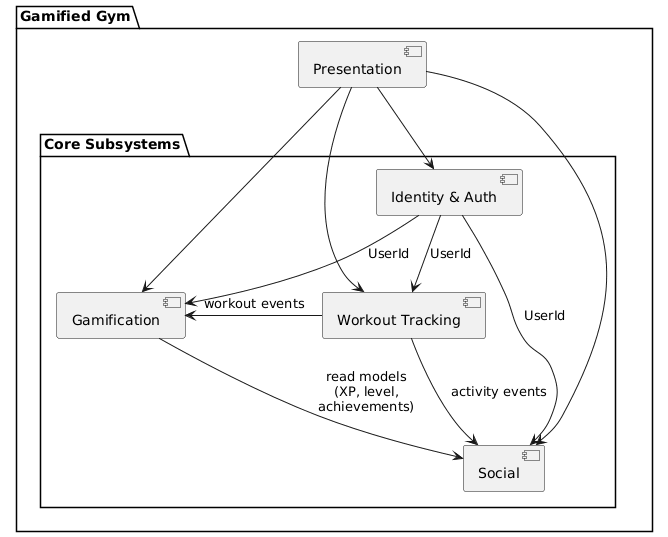
Above: docs/img/Software_Architecture.png in uprm-inso4116-2025-2026-s1/semester-project-uprm-gamified_gym (PlantUML), before the change. The source it was exported from:
```plantuml
@startuml
skinparam style strictuml

package "Gamified Gym" {

  component "Presentation" as UI

  package "Core Subsystems" {
    component "Workout Tracking" as Workout
    component "Gamification" as Game
    component "Social" as Social
    component "Identity & Auth" as Auth
  }
}

UI --> Workout
UI --> Game
UI --> Social
UI --> Auth

Workout -right-> Game : workout events
Workout -down-> Social : activity events

Game -down-> Social : read models\n(XP, level,\nachievements)

Auth -down-> Workout : UserId
Auth -down-> Game : UserId
Auth -down-> Social : UserId
@enduml
```
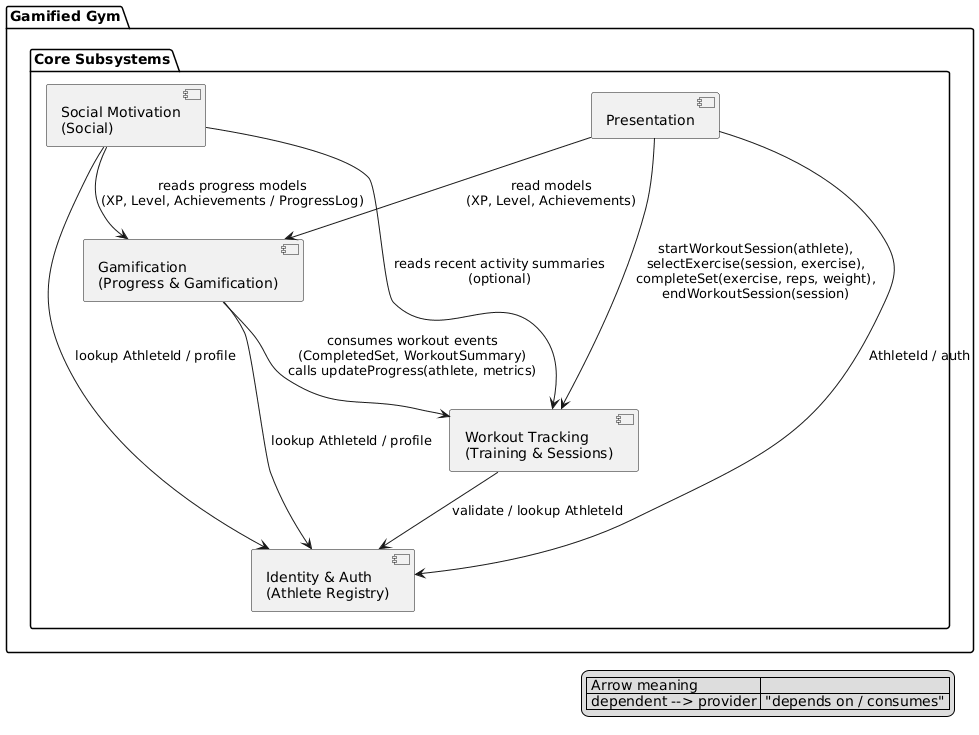
After the commit.

Commit message:
Finished Software Architecture section

The edit, as a diff of the source:
```diff
@@ -1,29 +1,27 @@
 @startuml
-skinparam style strictuml
 
 package "Gamified Gym" {
-
-  component "Presentation" as UI
-
   package "Core Subsystems" {
-    component "Workout Tracking" as Workout
-    component "Gamification" as Game
-    component "Social" as Social
-    component "Identity & Auth" as Auth
+    [Presentation] as Presentation
+    [Identity & Auth\n(Athlete Registry)] as Identity
+    [Workout Tracking\n(Training & Sessions)] as Workout
+    [Gamification\n(Progress & Gamification)] as Gamify
+    [Social Motivation\n(Social)] as Social
   }
 }
 
-UI --> Workout
-UI --> Game
-UI --> Social
-UI --> Auth
+Gamify --> Workout : consumes workout events\n(CompletedSet, WorkoutSummary)\ncalls updateProgress(athlete, metrics)
+Social --> Gamify : reads progress models\n(XP, Level, Achievements / ProgressLog)
+Social --> Workout : reads recent activity summaries\n(optional)
+Presentation --> Identity : AthleteId / auth
+Presentation --> Workout : startWorkoutSession(athlete),\nselectExercise(session, exercise),\ncompleteSet(exercise, reps, weight),\nendWorkoutSession(session)
+Presentation --> Gamify : read models\n(XP, Level, Achievements)
+Workout --> Identity : validate / lookup AthleteId
+Gamify --> Identity : lookup AthleteId / profile
+Social --> Identity : lookup AthleteId / profile
 
-Workout -right-> Game : workout events
-Workout -down-> Social : activity events
-
-Game -down-> Social : read models\n(XP, level,\nachievements)
-
-Auth -down-> Workout : UserId
-Auth -down-> Game : UserId
-Auth -down-> Social : UserId
+legend right
+|| Arrow meaning ||
+| dependent --> provider | "depends on / consumes" |
+endlegend
 @enduml
```
